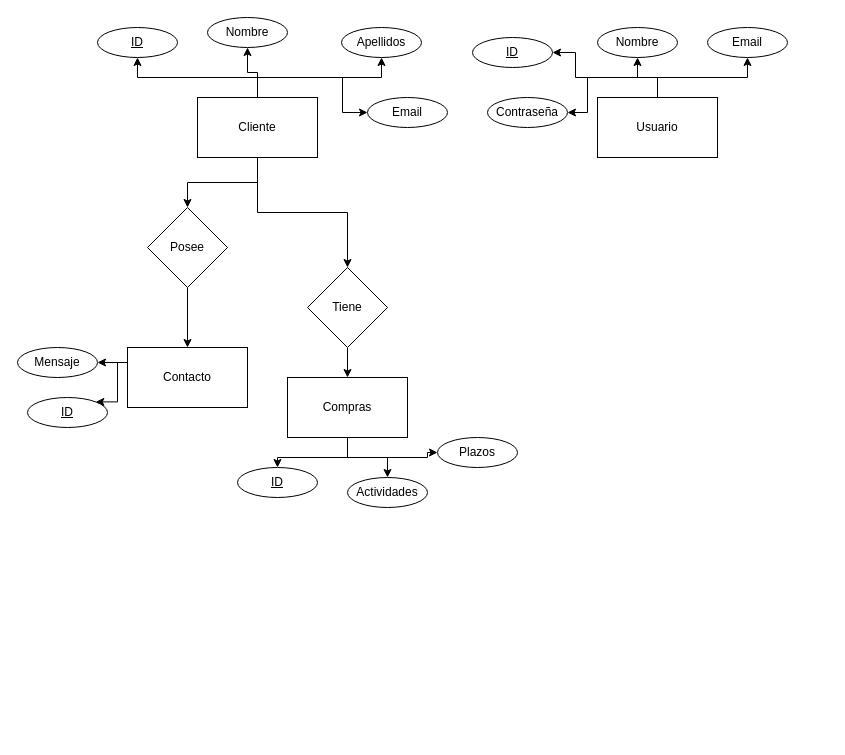
Before: Diagrama flujo.drawio in HuBaMarin/projDespliegue, a draw.io diagram. Source tidied: cells renumbered, new cells numbered last; positions are measured from the earlier drawing's top-left corner, leaving out a move shared by most shapes. Both pictures are drawn from the tidied source at 100%, with x=0, y=0 at pixel (17, 17).
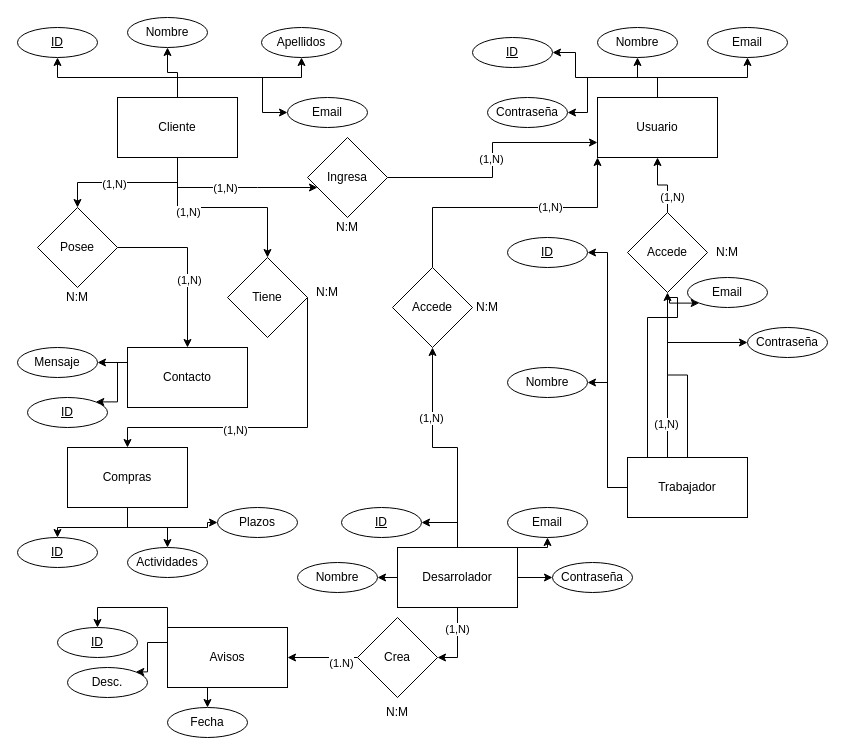
After the change.

Unchanged cells that the change refers to:
```xml
<mxCell id="2" style="edgeStyle=orthogonalEdgeStyle;rounded=0;jettySize=auto;html=1;entryX=0.5;entryY=0;entryDx=0;entryDy=0;" parent="1" edge="1" source="8" target="10">
  <mxGeometry relative="1" as="geometry" />
</mxCell>
<mxCell id="4" style="edgeStyle=orthogonalEdgeStyle;rounded=0;jettySize=auto;html=1;" parent="1" edge="1" source="8" target="20">
  <mxGeometry relative="1" as="geometry" />
</mxCell>
<mxCell id="19" style="edgeStyle=orthogonalEdgeStyle;rounded=0;jettySize=auto;html=1;" parent="1" edge="1" source="20" target="23">
  <mxGeometry relative="1" as="geometry" />
</mxCell>
<mxCell id="33" value="Usuario" style="rounded=0;whiteSpace=wrap;html=1;" parent="1" vertex="1">
  <mxGeometry x="580" y="80" width="120" height="60" as="geometry" />
</mxCell>
```

What changed in the source:
```diff
@@
+    <mxCell id="38" value="(1,N)" style="edgeLabel;html=1;align=center;verticalAlign=middle;" parent="2" vertex="1">
+      <mxGeometry x="-0.37" y="-4" relative="1" as="geometry" />
+    </mxCell>
@@
+    <mxCell id="39" value="(1,N)" style="edgeLabel;html=1;align=center;verticalAlign=middle;" parent="4" vertex="1">
+      <mxGeometry x="0.19" y="1" relative="1" as="geometry" />
+    </mxCell>
@@
+    <mxCell id="40" style="edgeStyle=orthogonalEdgeStyle;rounded=0;jettySize=auto;html=1;" parent="1" edge="1" source="8" target="46">
+      <mxGeometry relative="1" as="geometry">
+        <Array as="points">
+          <mxPoint x="240" y="170" />
+          <mxPoint x="441" y="170" />
+        </Array>
+      </mxGeometry>
+    </mxCell>
+    <mxCell id="41" value="(1,N)" style="edgeLabel;html=1;align=center;verticalAlign=middle;" parent="40" vertex="1">
+      <mxGeometry x="-0.09" relative="1" as="geometry" />
+    </mxCell>
     <mxCell id="8" value="Cliente" style="rounded=0;whiteSpace=wrap;html=1;" parent="1" vertex="1">
-      <mxGeometry x="180" y="80" width="120" height="60" as="geometry" />
+      <mxGeometry x="100" y="80" width="120" height="60" as="geometry" />
     </mxCell>
     <mxCell id="9" style="edgeStyle=orthogonalEdgeStyle;rounded=0;jettySize=auto;html=1;" parent="1" edge="1" source="10" target="14">
-      <mxGeometry relative="1" as="geometry" />
+      <mxGeometry relative="1" as="geometry">
+        <Array as="points">
+          <mxPoint x="290" y="410" />
+          <mxPoint x="110" y="410" />
+        </Array>
+      </mxGeometry>
     </mxCell>
+    <mxCell id="42" value="(1,N)" style="edgeLabel;html=1;align=center;verticalAlign=middle;" parent="9" vertex="1">
+      <mxGeometry x="0.23" y="2" relative="1" as="geometry" />
+    </mxCell>
     <mxCell id="10" value="Tiene" style="rhombus;whiteSpace=wrap;html=1;" parent="1" vertex="1">
-      <mxGeometry x="290" y="250" width="80" height="80" as="geometry" />
+      <mxGeometry x="210" y="240" width="80" height="80" as="geometry" />
     </mxCell>
@@
     <mxCell id="14" value="Compras" style="rounded=0;whiteSpace=wrap;html=1;" parent="1" vertex="1">
-      <mxGeometry x="270" y="360" width="120" height="60" as="geometry" />
+      <mxGeometry x="50" y="430" width="120" height="60" as="geometry" />
     </mxCell>
     <mxCell id="15" value="&lt;u style=&quot;&quot;&gt;ID&lt;/u&gt;" style="ellipse;whiteSpace=wrap;html=1;rounded=0;" parent="1" vertex="1">
-      <mxGeometry x="80" y="10" width="80" height="30" as="geometry" />
+      <mxGeometry y="10" width="80" height="30" as="geometry" />
     </mxCell>
     <mxCell id="16" value="Nombre" style="ellipse;whiteSpace=wrap;html=1;rounded=0;" parent="1" vertex="1">
-      <mxGeometry x="190" width="80" height="30" as="geometry" />
+      <mxGeometry x="110" width="80" height="30" as="geometry" />
     </mxCell>
     <mxCell id="17" value="Apellidos" style="ellipse;whiteSpace=wrap;html=1;rounded=0;" parent="1" vertex="1">
-      <mxGeometry x="324" y="10" width="80" height="30" as="geometry" />
+      <mxGeometry x="244" y="10" width="80" height="30" as="geometry" />
     </mxCell>
     <mxCell id="18" value="Email" style="ellipse;whiteSpace=wrap;html=1;rounded=0;" parent="1" vertex="1">
-      <mxGeometry x="350" y="80" width="80" height="30" as="geometry" />
+      <mxGeometry x="270" y="80" width="80" height="30" as="geometry" />
     </mxCell>
@@
+    <mxCell id="43" value="(1,N)" style="edgeLabel;html=1;align=center;verticalAlign=middle;" parent="19" vertex="1">
+      <mxGeometry x="0.2" y="1" relative="1" as="geometry" />
+    </mxCell>
     <mxCell id="20" value="Posee" style="rhombus;whiteSpace=wrap;html=1;" parent="1" vertex="1">
-      <mxGeometry x="130" y="190" width="80" height="80" as="geometry" />
+      <mxGeometry x="20" y="190" width="80" height="80" as="geometry" />
     </mxCell>
@@
     <mxCell id="26" value="&lt;u style=&quot;&quot;&gt;ID&lt;/u&gt;" style="ellipse;whiteSpace=wrap;html=1;rounded=0;" parent="1" vertex="1">
-      <mxGeometry x="220" y="450" width="80" height="30" as="geometry" />
+      <mxGeometry y="520" width="80" height="30" as="geometry" />
     </mxCell>
     <mxCell id="27" value="Actividades" style="ellipse;whiteSpace=wrap;html=1;rounded=0;" parent="1" vertex="1">
-      <mxGeometry x="330" y="460" width="80" height="30" as="geometry" />
+      <mxGeometry x="110" y="530" width="80" height="30" as="geometry" />
     </mxCell>
     <mxCell id="28" value="Plazos" style="ellipse;whiteSpace=wrap;html=1;rounded=0;" parent="1" vertex="1">
-      <mxGeometry x="420" y="420" width="80" height="30" as="geometry" />
+      <mxGeometry x="200" y="490" width="80" height="30" as="geometry" />
     </mxCell>
@@
+    <mxCell id="44" style="edgeStyle=orthogonalEdgeStyle;rounded=0;jettySize=auto;html=1;entryX=0;entryY=0.75;entryDx=0;entryDy=0;" parent="1" edge="1" source="46" target="33">
+      <mxGeometry relative="1" as="geometry" />
+    </mxCell>
+    <mxCell id="45" value="(1,N)" style="edgeLabel;html=1;align=center;verticalAlign=middle;" parent="44" vertex="1">
+      <mxGeometry x="0.01" y="2" relative="1" as="geometry" />
+    </mxCell>
+    <mxCell id="46" value="Ingresa" style="rhombus;whiteSpace=wrap;html=1;" parent="1" vertex="1">
+      <mxGeometry x="290" y="120" width="80" height="80" as="geometry" />
+    </mxCell>
+    <mxCell id="47" style="edgeStyle=orthogonalEdgeStyle;rounded=0;jettySize=auto;html=1;entryX=1;entryY=0.5;entryDx=0;entryDy=0;" parent="1" edge="1" source="53" target="54">
+      <mxGeometry relative="1" as="geometry" />
+    </mxCell>
+    <mxCell id="48" style="edgeStyle=orthogonalEdgeStyle;rounded=0;jettySize=auto;html=1;entryX=1;entryY=0.5;entryDx=0;entryDy=0;" parent="1" edge="1" source="53" target="55">
+      <mxGeometry relative="1" as="geometry" />
+    </mxCell>
+    <mxCell id="49" style="edgeStyle=orthogonalEdgeStyle;rounded=0;jettySize=auto;html=1;entryX=0;entryY=0.5;entryDx=0;entryDy=0;exitX=0.5;exitY=0;exitDx=0;exitDy=0;" parent="1" edge="1" source="53" target="56">
+      <mxGeometry relative="1" as="geometry">
+        <Array as="points">
+          <mxPoint x="650" y="325" />
+        </Array>
+      </mxGeometry>
+    </mxCell>
+    <mxCell id="50" value="(1,N)" style="edgeLabel;html=1;align=center;verticalAlign=middle;" parent="49" vertex="1">
+      <mxGeometry x="-0.5" y="2" relative="1" as="geometry" />
+    </mxCell>
+    <mxCell id="51" style="edgeStyle=orthogonalEdgeStyle;rounded=0;jettySize=auto;html=1;entryX=0;entryY=1;entryDx=0;entryDy=0;" parent="1" edge="1" source="53" target="57">
+      <mxGeometry relative="1" as="geometry">
+        <Array as="points">
+          <mxPoint x="630" y="300" />
+          <mxPoint x="660" y="300" />
+          <mxPoint x="660" y="280" />
+          <mxPoint x="652" y="280" />
+        </Array>
+      </mxGeometry>
+    </mxCell>
+    <mxCell id="52" style="edgeStyle=orthogonalEdgeStyle;rounded=0;jettySize=auto;html=1;" parent="1" edge="1" source="53" target="60">
+      <mxGeometry relative="1" as="geometry" />
+    </mxCell>
+    <mxCell id="53" value="Trabajador" style="rounded=0;whiteSpace=wrap;html=1;" parent="1" vertex="1">
+      <mxGeometry x="610" y="440" width="120" height="60" as="geometry" />
+    </mxCell>
+    <mxCell id="54" value="&lt;u style=&quot;&quot;&gt;ID&lt;/u&gt;" style="ellipse;whiteSpace=wrap;html=1;rounded=0;" parent="1" vertex="1">
+      <mxGeometry x="490" y="220" width="80" height="30" as="geometry" />
+    </mxCell>
+    <mxCell id="55" value="Nombre" style="ellipse;whiteSpace=wrap;html=1;rounded=0;" parent="1" vertex="1">
+      <mxGeometry x="490" y="350" width="80" height="30" as="geometry" />
+    </mxCell>
+    <mxCell id="56" value="Contraseña" style="ellipse;whiteSpace=wrap;html=1;rounded=0;" parent="1" vertex="1">
+      <mxGeometry x="730" y="310" width="80" height="30" as="geometry" />
+    </mxCell>
+    <mxCell id="57" value="Email" style="ellipse;whiteSpace=wrap;html=1;rounded=0;" parent="1" vertex="1">
+      <mxGeometry x="670" y="260" width="80" height="30" as="geometry" />
+    </mxCell>
+    <mxCell id="58" style="edgeStyle=orthogonalEdgeStyle;rounded=0;jettySize=auto;html=1;entryX=0.5;entryY=1;entryDx=0;entryDy=0;" parent="1" edge="1" source="60" target="33">
+      <mxGeometry relative="1" as="geometry" />
+    </mxCell>
+    <mxCell id="59" value="(1,N)" style="edgeLabel;html=1;align=center;verticalAlign=middle;" parent="58" vertex="1">
+      <mxGeometry x="-0.51" y="-4" relative="1" as="geometry" />
+    </mxCell>
+    <mxCell id="60" value="Accede" style="rhombus;whiteSpace=wrap;html=1;" parent="1" vertex="1">
+      <mxGeometry x="610" y="195" width="80" height="80" as="geometry" />
+    </mxCell>
+    <mxCell id="61" style="edgeStyle=orthogonalEdgeStyle;rounded=0;orthogonalLoop=1;jettySize=auto;html=1;exitX=0.5;exitY=1;exitDx=0;exitDy=0;" parent="1" edge="1" source="57" target="57">
+      <mxGeometry relative="1" as="geometry" />
+    </mxCell>
+    <mxCell id="62" style="edgeStyle=orthogonalEdgeStyle;rounded=0;jettySize=auto;html=1;entryX=1;entryY=0.5;entryDx=0;entryDy=0;" parent="1" edge="1" source="70" target="71">
+      <mxGeometry relative="1" as="geometry" />
+    </mxCell>
+    <mxCell id="63" style="edgeStyle=orthogonalEdgeStyle;rounded=0;jettySize=auto;html=1;entryX=0.5;entryY=1;entryDx=0;entryDy=0;" parent="1" edge="1" source="70" target="77">
+      <mxGeometry relative="1" as="geometry" />
+    </mxCell>
+    <mxCell id="64" value="(1,N)" style="edgeLabel;html=1;align=center;verticalAlign=middle;" parent="63" vertex="1">
+      <mxGeometry x="0.38" y="2" relative="1" as="geometry" />
+    </mxCell>
+    <mxCell id="65" style="edgeStyle=orthogonalEdgeStyle;rounded=0;jettySize=auto;html=1;exitX=1;exitY=0;exitDx=0;exitDy=0;entryX=0.5;entryY=1;entryDx=0;entryDy=0;" parent="1" edge="1" source="70" target="73">
+      <mxGeometry relative="1" as="geometry" />
+    </mxCell>
+    <mxCell id="66" style="edgeStyle=orthogonalEdgeStyle;rounded=0;jettySize=auto;html=1;exitX=0;exitY=0.5;exitDx=0;exitDy=0;entryX=1;entryY=0.5;entryDx=0;entryDy=0;" parent="1" edge="1" source="70" target="72">
+      <mxGeometry relative="1" as="geometry" />
+    </mxCell>
+    <mxCell id="67" style="edgeStyle=orthogonalEdgeStyle;rounded=0;jettySize=auto;html=1;exitX=1;exitY=0.5;exitDx=0;exitDy=0;entryX=0;entryY=0.5;entryDx=0;entryDy=0;" parent="1" edge="1" source="70" target="74">
+      <mxGeometry relative="1" as="geometry" />
+    </mxCell>
+    <mxCell id="68" style="edgeStyle=orthogonalEdgeStyle;rounded=0;jettySize=auto;html=1;exitX=0.5;exitY=1;exitDx=0;exitDy=0;entryX=1;entryY=0.5;entryDx=0;entryDy=0;" parent="1" edge="1" source="70" target="80">
+      <mxGeometry relative="1" as="geometry" />
+    </mxCell>
+    <mxCell id="69" value="(1,N)" style="edgeLabel;html=1;align=center;verticalAlign=middle;" parent="68" vertex="1">
+      <mxGeometry x="-0.4" y="-1" relative="1" as="geometry" />
+    </mxCell>
+    <mxCell id="70" value="Desarrolador" style="rounded=0;whiteSpace=wrap;html=1;" parent="1" vertex="1">
+      <mxGeometry x="380" y="530" width="120" height="60" as="geometry" />
+    </mxCell>
+    <mxCell id="71" value="&lt;u style=&quot;&quot;&gt;ID&lt;/u&gt;" style="ellipse;whiteSpace=wrap;html=1;rounded=0;" parent="1" vertex="1">
+      <mxGeometry x="324" y="490" width="80" height="30" as="geometry" />
+    </mxCell>
+    <mxCell id="72" value="Nombre" style="ellipse;whiteSpace=wrap;html=1;rounded=0;" parent="1" vertex="1">
+      <mxGeometry x="280" y="545" width="80" height="30" as="geometry" />
+    </mxCell>
+    <mxCell id="73" value="Email" style="ellipse;whiteSpace=wrap;html=1;rounded=0;" parent="1" vertex="1">
+      <mxGeometry x="490" y="490" width="80" height="30" as="geometry" />
+    </mxCell>
+    <mxCell id="74" value="Contraseña" style="ellipse;whiteSpace=wrap;html=1;rounded=0;" parent="1" vertex="1">
+      <mxGeometry x="535" y="545" width="80" height="30" as="geometry" />
+    </mxCell>
+    <mxCell id="75" style="edgeStyle=orthogonalEdgeStyle;rounded=0;jettySize=auto;html=1;entryX=0;entryY=1;entryDx=0;entryDy=0;" parent="1" edge="1" source="77" target="33">
+      <mxGeometry relative="1" as="geometry">
+        <Array as="points">
+          <mxPoint x="415" y="190" />
+          <mxPoint x="580" y="190" />
+        </Array>
+      </mxGeometry>
+    </mxCell>
+    <mxCell id="76" value="(1,N)" style="edgeLabel;html=1;align=center;verticalAlign=middle;" parent="75" vertex="1">
+      <mxGeometry x="0.29" y="1" relative="1" as="geometry" />
+    </mxCell>
+    <mxCell id="77" value="Accede" style="rhombus;whiteSpace=wrap;html=1;" parent="1" vertex="1">
+      <mxGeometry x="375" y="250" width="80" height="80" as="geometry" />
+    </mxCell>
+    <mxCell id="78" style="edgeStyle=orthogonalEdgeStyle;rounded=0;jettySize=auto;html=1;" parent="1" edge="1" source="80" target="84">
+      <mxGeometry relative="1" as="geometry" />
+    </mxCell>
+    <mxCell id="79" value="(1.N)" style="edgeLabel;html=1;align=center;verticalAlign=middle;" parent="78" vertex="1">
+      <mxGeometry x="-0.52" y="5" relative="1" as="geometry" />
+    </mxCell>
+    <mxCell id="80" value="Crea" style="rhombus;whiteSpace=wrap;html=1;" parent="1" vertex="1">
+      <mxGeometry x="340" y="600" width="80" height="80" as="geometry" />
+    </mxCell>
+    <mxCell id="81" style="edgeStyle=orthogonalEdgeStyle;rounded=0;jettySize=auto;html=1;exitX=0;exitY=0;exitDx=0;exitDy=0;entryX=0.5;entryY=0;entryDx=0;entryDy=0;" parent="1" edge="1" source="84" target="85">
+      <mxGeometry relative="1" as="geometry" />
+    </mxCell>
+    <mxCell id="82" style="edgeStyle=orthogonalEdgeStyle;rounded=0;jettySize=auto;html=1;exitX=0;exitY=0.25;exitDx=0;exitDy=0;entryX=1;entryY=0;entryDx=0;entryDy=0;" parent="1" edge="1" source="84" target="86">
+      <mxGeometry relative="1" as="geometry" />
+    </mxCell>
+    <mxCell id="83" style="edgeStyle=orthogonalEdgeStyle;rounded=0;jettySize=auto;html=1;exitX=0.5;exitY=1;exitDx=0;exitDy=0;entryX=0.5;entryY=0;entryDx=0;entryDy=0;" parent="1" edge="1" source="84" target="87">
+      <mxGeometry relative="1" as="geometry" />
+    </mxCell>
+    <mxCell id="84" value="Avisos" style="rounded=0;whiteSpace=wrap;html=1;" parent="1" vertex="1">
+      <mxGeometry x="150" y="610" width="120" height="60" as="geometry" />
+    </mxCell>
+    <mxCell id="85" value="&lt;u style=&quot;&quot;&gt;ID&lt;/u&gt;" style="ellipse;whiteSpace=wrap;html=1;rounded=0;" parent="1" vertex="1">
+      <mxGeometry x="40" y="610" width="80" height="30" as="geometry" />
+    </mxCell>
+    <mxCell id="86" value="Desc." style="ellipse;whiteSpace=wrap;html=1;rounded=0;" parent="1" vertex="1">
+      <mxGeometry x="50" y="650" width="80" height="30" as="geometry" />
+    </mxCell>
+    <mxCell id="87" value="Fecha" style="ellipse;whiteSpace=wrap;html=1;rounded=0;" parent="1" vertex="1">
+      <mxGeometry x="150" y="690" width="80" height="30" as="geometry" />
+    </mxCell>
+    <mxCell id="88" value="N:M" style="text;html=1;align=center;verticalAlign=middle;whiteSpace=wrap;rounded=0;" parent="1" vertex="1">
+      <mxGeometry x="280" y="260" width="60" height="30" as="geometry" />
+    </mxCell>
+    <mxCell id="89" value="N:M" style="text;html=1;align=center;verticalAlign=middle;whiteSpace=wrap;rounded=0;" parent="1" vertex="1">
+      <mxGeometry x="300" y="195" width="60" height="30" as="geometry" />
+    </mxCell>
+    <mxCell id="90" value="N:M" style="text;html=1;align=center;verticalAlign=middle;whiteSpace=wrap;rounded=0;" parent="1" vertex="1">
+      <mxGeometry x="30" y="265" width="60" height="30" as="geometry" />
+    </mxCell>
+    <mxCell id="91" value="N:M" style="text;html=1;align=center;verticalAlign=middle;whiteSpace=wrap;rounded=0;" parent="1" vertex="1">
+      <mxGeometry x="440" y="275" width="60" height="30" as="geometry" />
+    </mxCell>
+    <mxCell id="92" value="N:M" style="text;html=1;align=center;verticalAlign=middle;whiteSpace=wrap;rounded=0;" parent="1" vertex="1">
+      <mxGeometry x="680" y="220" width="60" height="30" as="geometry" />
+    </mxCell>
+    <mxCell id="93" value="N:M" style="text;html=1;align=center;verticalAlign=middle;whiteSpace=wrap;rounded=0;" parent="1" vertex="1">
+      <mxGeometry x="350" y="680" width="60" height="30" as="geometry" />
+    </mxCell>
```
